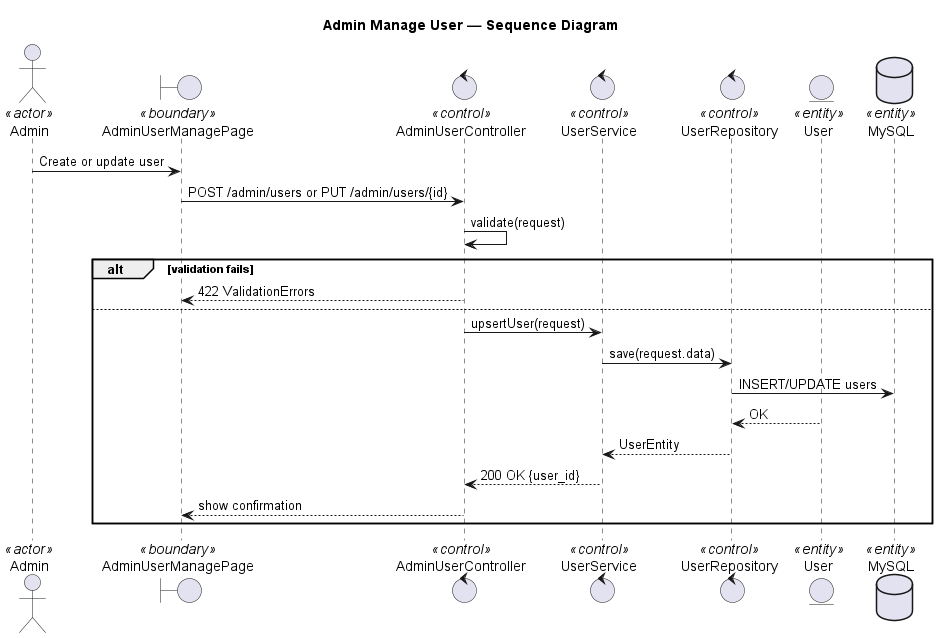
The PlantUML diagram out/sequence/thêm user/add user.png in Faythpromax/E-Learning, before a commit. Its diagram source:
```plantuml
@startuml add user
title Admin Manage User — Sequence Diagram

actor Admin <<actor>>
boundary "AdminUserManagePage" as UI <<boundary>>
control "AdminUserController" as Controller <<control>>
control "UserService" as Service <<control>>
control "UserRepository" as Repository <<control>>
entity "User" as UserModel <<entity>>
database "MySQL" as DB <<entity>>

Admin -> UI: Create or update user
UI -> Controller: POST /admin/users or PUT /admin/users/{id}
Controller -> Controller: validate(request)
alt validation fails
	Controller --> UI: 422 ValidationErrors
else
	Controller -> Service: upsertUser(request)
	Service -> Repository: save(request.data)
	Repository -> DB: INSERT/UPDATE users
	UserModel --> Repository: OK
	Repository --> Service: UserEntity
	Service --> Controller: 200 OK {user_id}
	Controller --> UI: show confirmation
end

@enduml
```
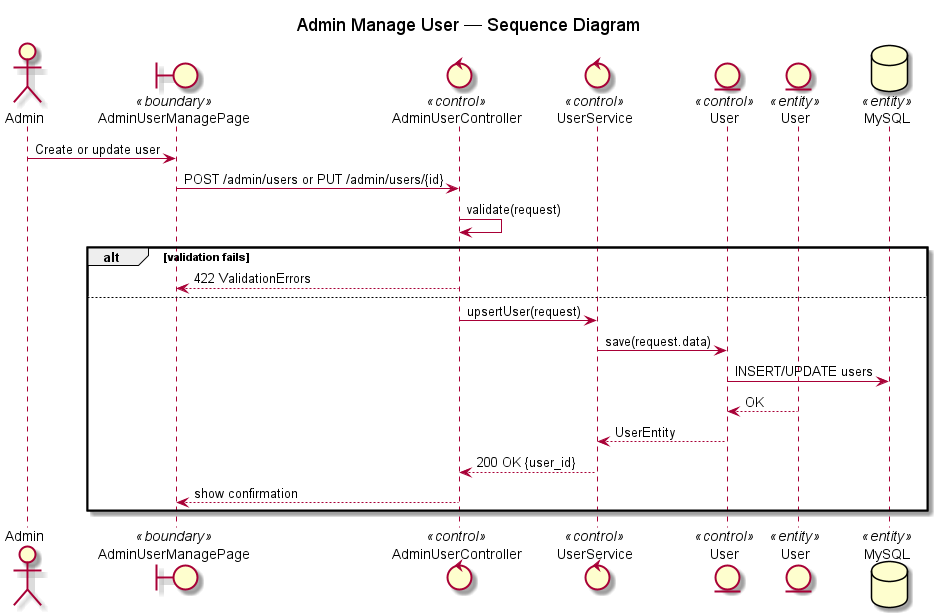
After the change.

The edit, as a diff of the source:
```diff
@@ -1,11 +1,11 @@
 @startuml add user
 title Admin Manage User — Sequence Diagram
 
-actor Admin <<actor>>
+actor Admin
 boundary "AdminUserManagePage" as UI <<boundary>>
 control "AdminUserController" as Controller <<control>>
 control "UserService" as Service <<control>>
-control "UserRepository" as Repository <<control>>
+entity "User" as Repository <<control>>
 entity "User" as UserModel <<entity>>
 database "MySQL" as DB <<entity>>
 
```
